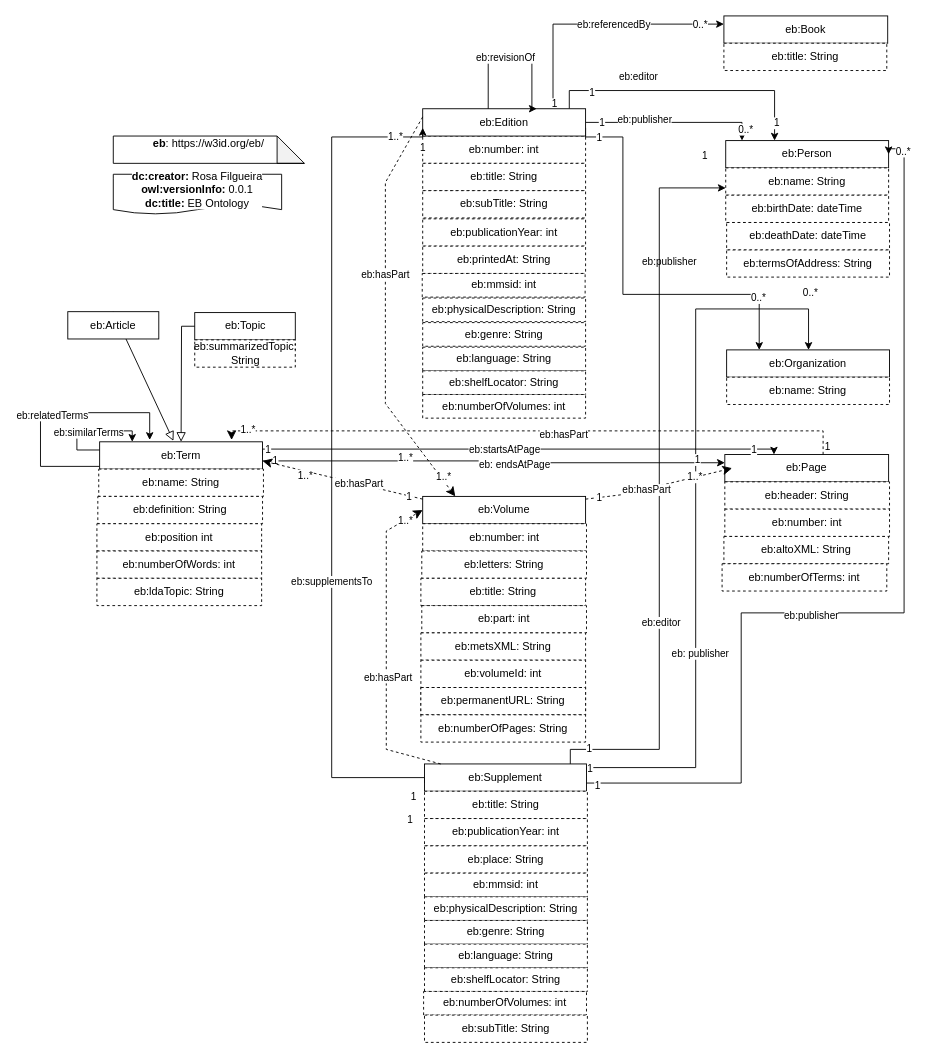
Earlier version of the draw.io diagram eb.drawio (francesNLP/EB-ontology). Source tidied: cells renumbered, new cells numbered last; positions are measured from the earlier drawing's top-left corner, leaving out a move shared by most shapes. Both pictures are drawn from the tidied source at 91%, with x=0, y=0 at pixel (40, 15).
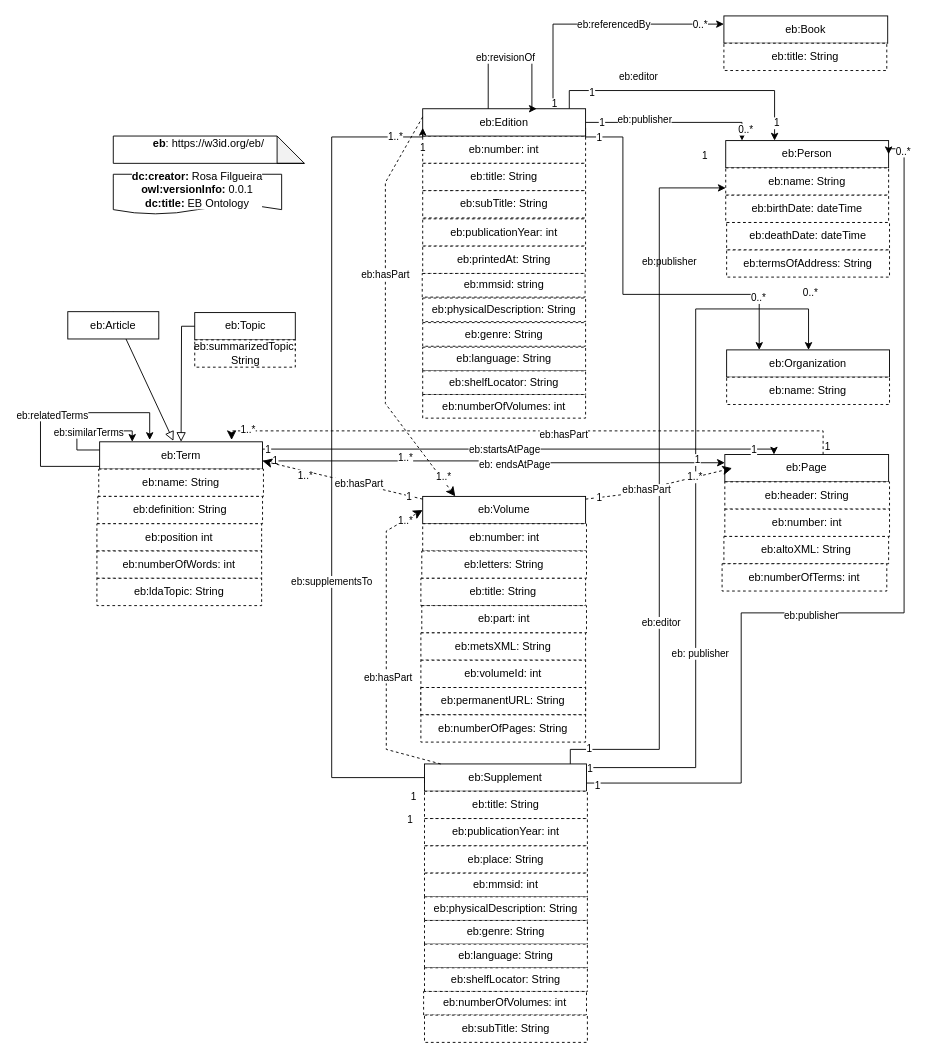
Above is the later version.

What changed in the source:
```diff
@@
-    <mxCell id="25" value="eb:mmsid: int" style="rounded=0;whiteSpace=wrap;html=1;dashed=1;" parent="1" vertex="1">
+    <mxCell id="25" value="eb:mmsid: string" style="rounded=0;whiteSpace=wrap;html=1;dashed=1;" parent="1" vertex="1">
       <mxGeometry x="419.5" y="283" width="179" height="26" as="geometry" />
     </mxCell>
```
